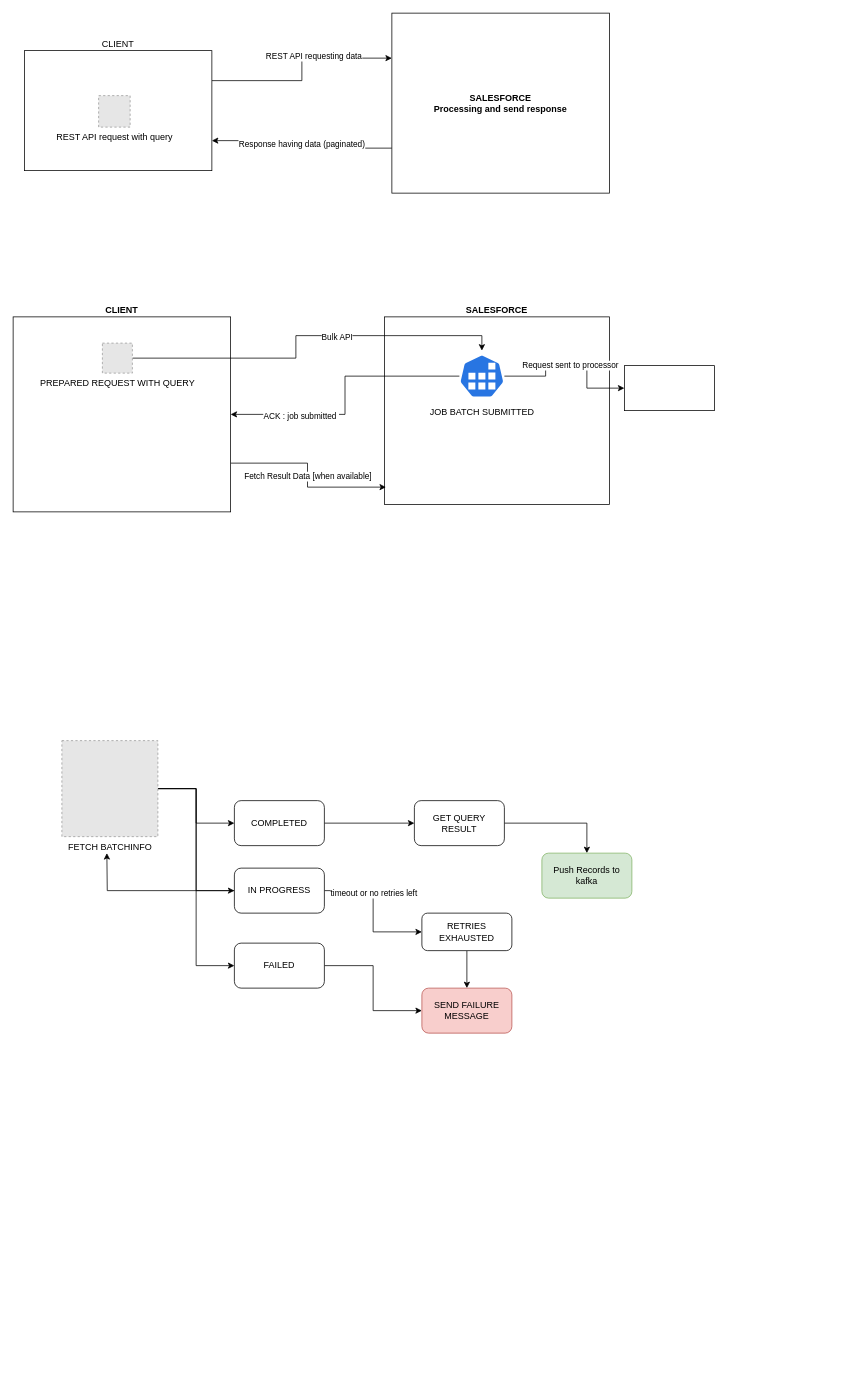
Before: diagrams/Salesforce01Diagram.drawio in himanshu-hevo/notes, a draw.io diagram. Source tidied: cells renumbered, new cells numbered last; positions are measured from the earlier drawing's top-left corner, leaving out a move shared by most shapes. Both pictures are drawn from the tidied source at 75%, with x=0, y=0 at pixel (13, 13). Pictures stored in the file or linked from it are replaced by grey dashed boxes.
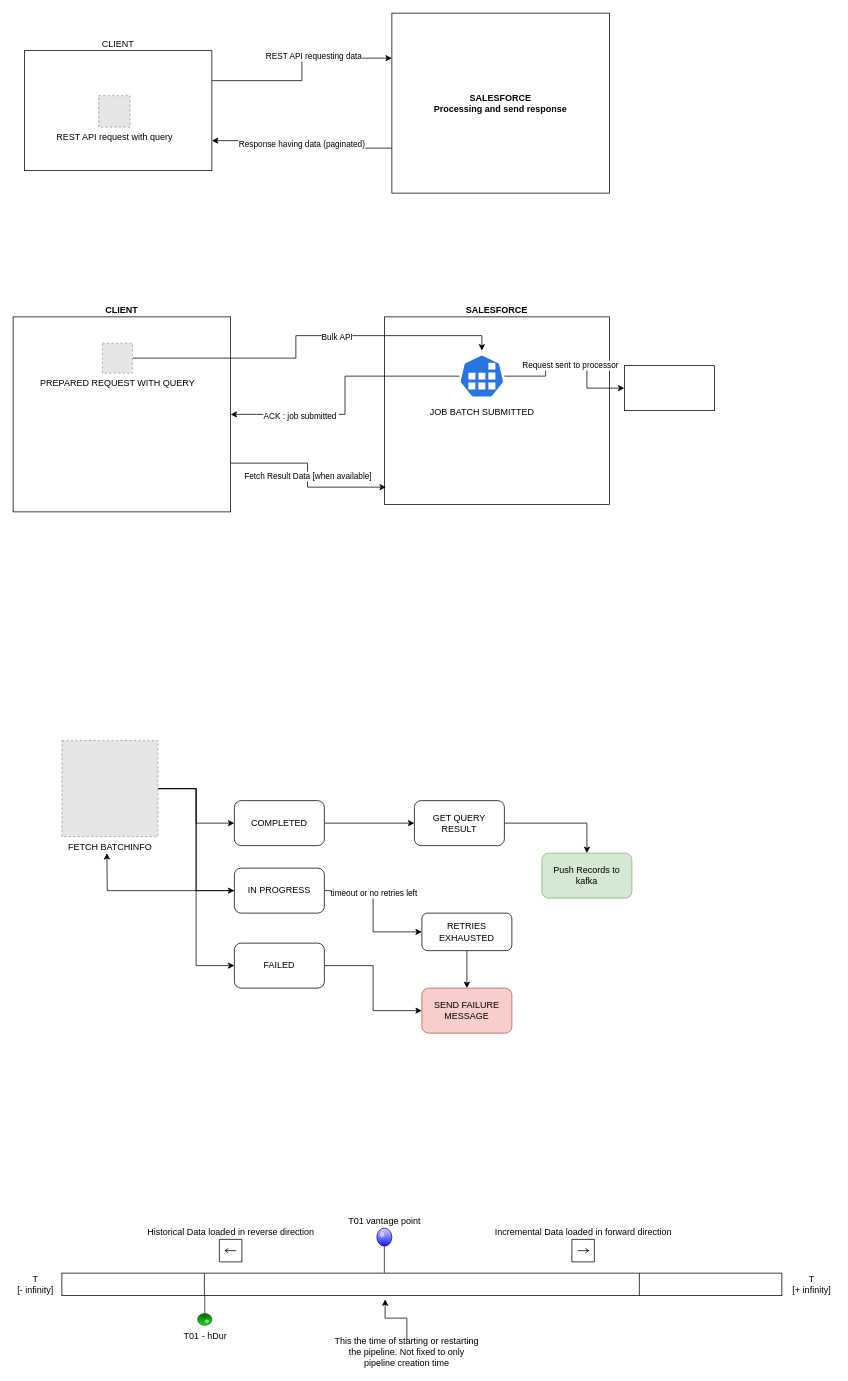
The same diagram, later.

The edit, as a diff of the source:
```diff
@@
+    <mxCell id="37" style="shape=process;whiteSpace=wrap;html=1;backgroundOutline=1;size=0.19791666666666666;" parent="1" vertex="1">
+      <mxGeometry x="65" y="1680" width="960" height="30" as="geometry" />
+    </mxCell>
+    <mxCell id="38" value="T01 vantage point" style="verticalLabelPosition=top;html=1;shadow=0;dashed=0;verticalAlign=bottom;strokeWidth=1;shape=mxgraph.ios.iPin;fillColor2=#ccccff;fillColor3=#0000ff;strokeColor=#000066;" parent="1" vertex="1">
+      <mxGeometry x="485" y="1620" width="20" height="60" as="geometry" />
+    </mxCell>
+    <mxCell id="39" value="Historical Data loaded in reverse direction" style="shape=mxgraph.uml25.inputPin;html=1;labelPosition=center;verticalLabelPosition=top;align=center;verticalAlign=bottom;" parent="1" vertex="1">
+      <mxGeometry x="275" y="1635" width="30" height="30" as="geometry" />
+    </mxCell>
+    <mxCell id="40" value="Incremental Data loaded in forward direction" style="shape=mxgraph.uml25.inputPin;html=1;labelPosition=center;verticalLabelPosition=top;align=center;verticalAlign=bottom;direction=west;" parent="1" vertex="1">
+      <mxGeometry x="745" y="1635" width="30" height="30" as="geometry" />
+    </mxCell>
+    <mxCell id="41" value="T &lt;br&gt;[- infinity]" style="text;html=1;strokeColor=none;fillColor=none;align=center;verticalAlign=middle;whiteSpace=wrap;rounded=0;" parent="1" vertex="1">
+      <mxGeometry y="1680" width="60" height="30" as="geometry" />
+    </mxCell>
+    <mxCell id="42" value="T &lt;br&gt;[+ infinity]" style="text;html=1;strokeColor=none;fillColor=none;align=center;verticalAlign=middle;whiteSpace=wrap;rounded=0;" parent="1" vertex="1">
+      <mxGeometry x="1035" y="1680" width="60" height="30" as="geometry" />
+    </mxCell>
+    <mxCell id="43" value="T01 - hDur" style="verticalLabelPosition=bottom;html=1;shadow=0;dashed=0;verticalAlign=top;strokeWidth=1;shape=mxgraph.ios.iPin;fillColor2=#00dd00;fillColor3=#004400;strokeColor=#006600;rotation=0;direction=west;labelPosition=center;align=center;" parent="1" vertex="1">
+      <mxGeometry x="246" y="1710" width="19" height="39.6" as="geometry" />
+    </mxCell>
+    <mxCell id="44" style="edgeStyle=orthogonalEdgeStyle;rounded=0;jettySize=auto;html=1;entryX=0.449;entryY=1.167;entryDx=0;entryDy=0;entryPerimeter=0;" parent="1" edge="1" source="45" target="37">
+      <mxGeometry relative="1" as="geometry" />
+    </mxCell>
+    <mxCell id="45" value="This the time of starting or restarting the pipeline. Not fixed to only pipeline creation time" style="text;html=1;strokeColor=none;fillColor=none;align=center;verticalAlign=middle;whiteSpace=wrap;rounded=0;" parent="1" vertex="1">
+      <mxGeometry x="425" y="1770" width="200" height="30" as="geometry" />
+    </mxCell>
```
